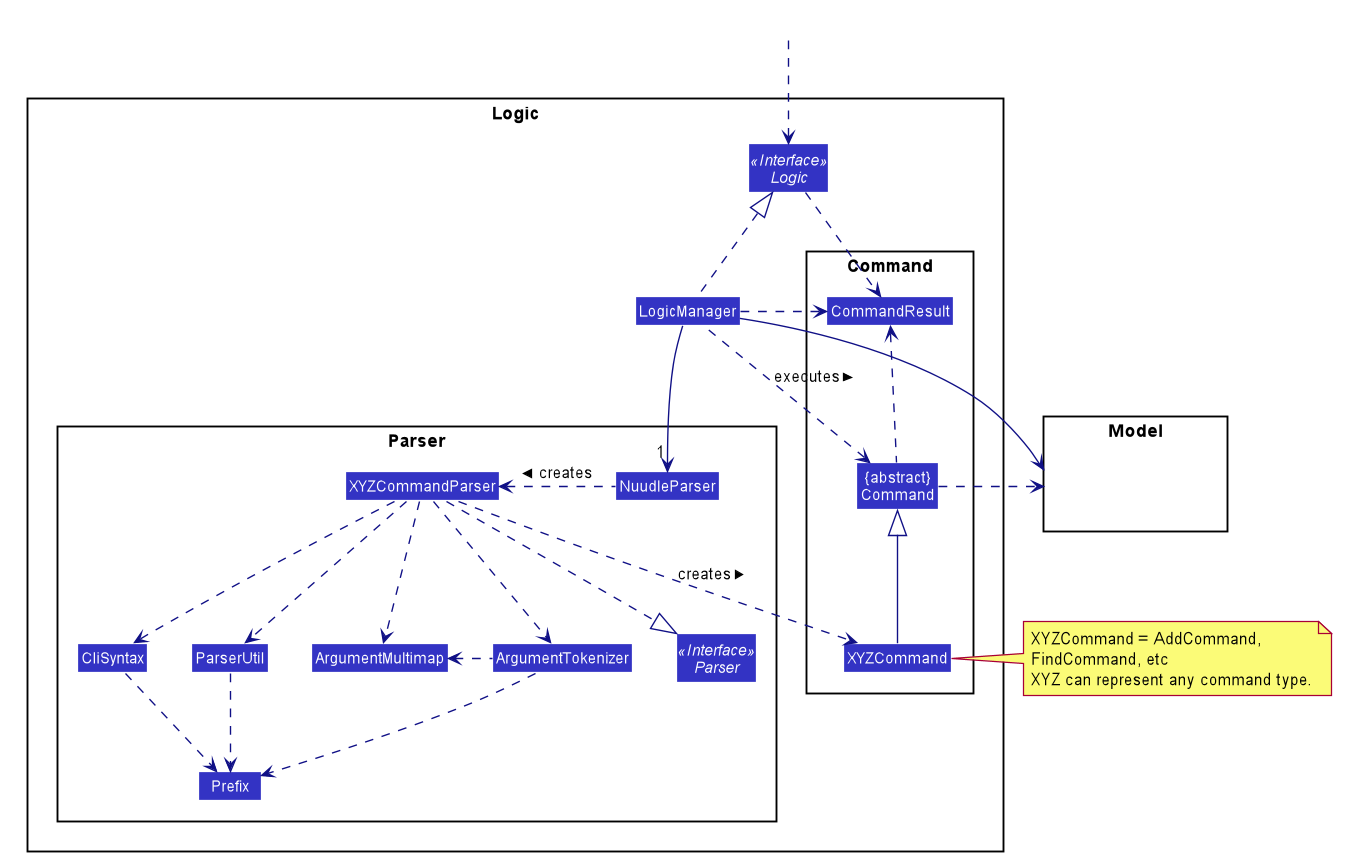
Before: docs/images/LogicClassDiagram.png, a diagram exported from PlantUML (xz0127/tp).
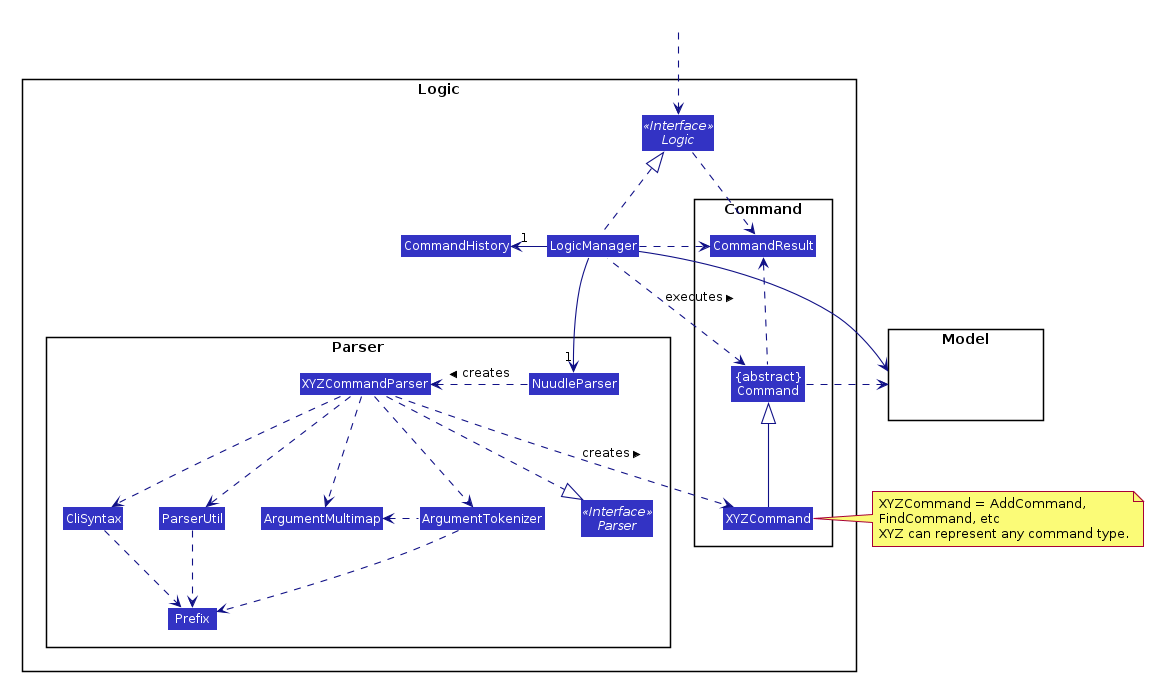
Later version of the same file.

Commit message:
Generate PNG images for PlantUML diagrams

Diff of the diagram source:
```diff
@@ -72,6 +72,7 @@
 
 Interface Logic <<Interface>>
 Class LogicManager
+Class CommandHistory
 }
 
 package Model{
@@ -82,6 +83,7 @@
 HiddenOutside ..> Logic
 
 LogicManager .up.|> Logic
+LogicManager -left->"1" CommandHistory
 LogicManager -->"1" NuudleParser
 NuudleParser .left.> XYZCommandParser: creates >
 
```
